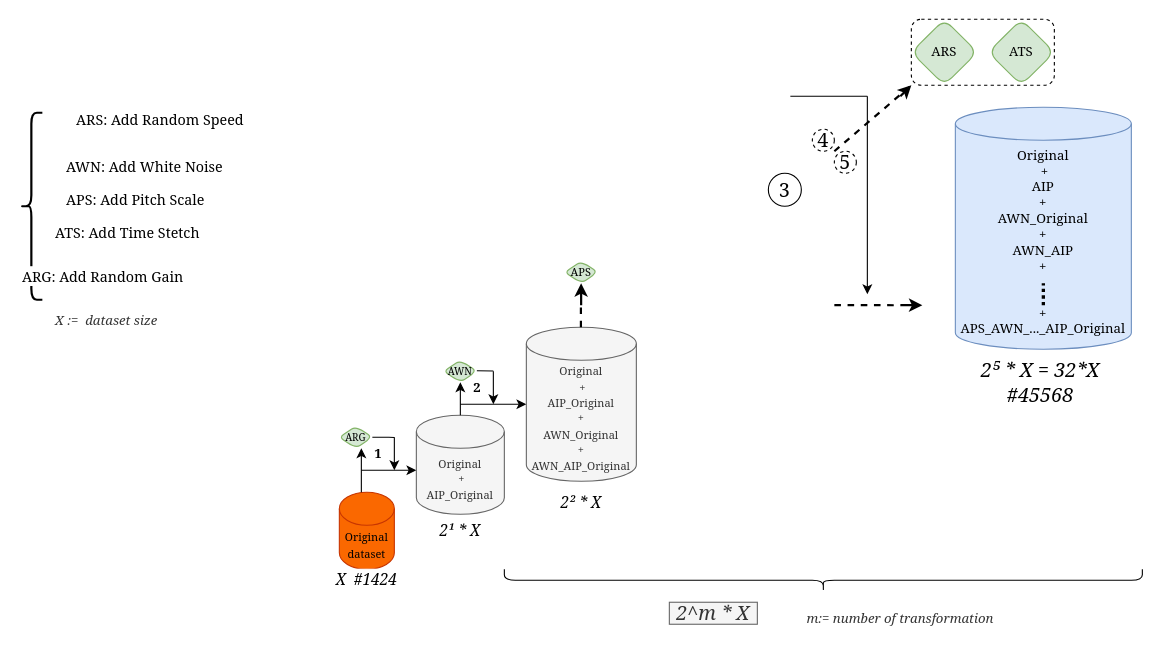
Earlier version of the draw.io diagram page "Process2-Incremental" (2 of 7) of Diagramme sans nom.drawio (papasega/DeepLearning_Shared_PSW). Source tidied: cells renumbered, new cells numbered last; positions are measured from the earlier drawing's top-left corner, leaving out a move shared by most shapes. Both pictures are drawn from the tidied source at 110%, with x=0, y=0 at pixel (20, 19).
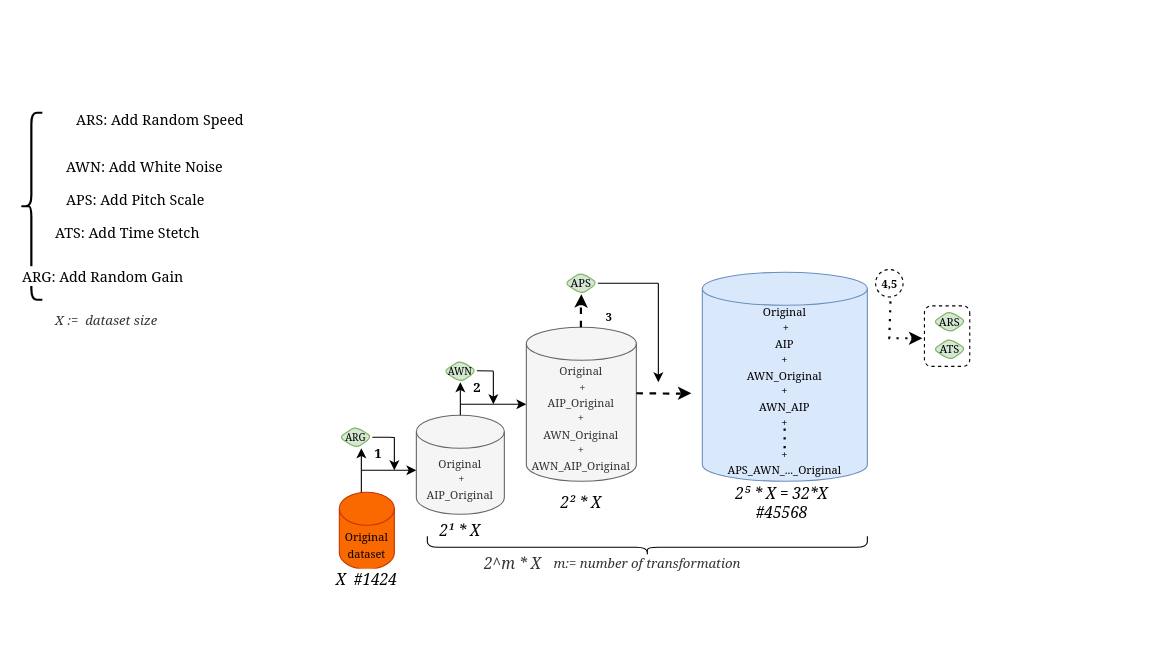
The same page after the edit.

Commit message (it also covers changes not shown here):
Mettre à jour Diagramme sans nom.drawio

The edit, as a diff of the source:
```diff
@@
     <mxCell id="18" style="endArrow=none;dashed=1;html=1;rounded=0;strokeWidth=2;fontFamily=Georgia;fontSize=14;" parent="1" edge="1">
       <mxGeometry relative="1" as="geometry">
-        <mxPoint x="740" y="259.8" as="sourcePoint" />
-        <mxPoint x="800" y="260" as="targetPoint" />
+        <mxPoint x="560" y="340" as="sourcePoint" />
+        <mxPoint x="600" y="340.4" as="targetPoint" />
       </mxGeometry>
     </mxCell>
@@
     <mxCell id="20" style="endArrow=classic;html=1;rounded=0;strokeWidth=2;fontFamily=Georgia;fontSize=14;" parent="1" edge="1">
       <mxGeometry x="-1" relative="1" as="geometry">
         <mxPoint x="509.8" y="260" as="sourcePoint" />
-        <mxPoint x="509.8" y="240" as="targetPoint" />
+        <mxPoint x="510" y="250" as="targetPoint" />
       </mxGeometry>
     </mxCell>
     <mxCell id="21" value="&lt;span style=&quot;font-family: Georgia;&quot;&gt;&lt;font style=&quot;font-size: 10px;&quot;&gt;APS&lt;/font&gt;&lt;/span&gt;" style="rhombus;whiteSpace=wrap;html=1;fillColor=#d5e8d4;strokeColor=#82b366;rounded=1;" parent="1" vertex="1">
-      <mxGeometry x="495" y="220" width="30" height="20" as="geometry" />
+      <mxGeometry x="495" y="230" width="30" height="20" as="geometry" />
     </mxCell>
-    <mxCell id="22" style="endArrow=none;html=1;rounded=0;strokeWidth=1;fontFamily=Georgia;fontSize=14;" parent="1" edge="1">
+    <mxCell id="22" style="endArrow=none;html=1;rounded=0;strokeWidth=1;fontFamily=Georgia;fontSize=14;exitX=1;exitY=0.5;exitDx=0;exitDy=0;" parent="1" edge="1" source="21">
       <mxGeometry relative="1" as="geometry">
-        <mxPoint x="700" y="70" as="sourcePoint" />
-        <mxPoint x="770" y="70" as="targetPoint" />
+        <mxPoint x="580" y="240" as="targetPoint" />
       </mxGeometry>
     </mxCell>
     <mxCell id="23" style="endArrow=classic;html=1;rounded=0;strokeWidth=1;fontFamily=Georgia;fontSize=14;" parent="1" edge="1">
       <mxGeometry relative="1" as="geometry">
-        <mxPoint x="770" y="70" as="sourcePoint" />
-        <mxPoint x="770" y="250" as="targetPoint" />
+        <mxPoint x="580" y="240" as="sourcePoint" />
+        <mxPoint x="580" y="330" as="targetPoint" />
       </mxGeometry>
     </mxCell>
     <mxCell id="24" style="endArrow=classic;html=1;rounded=0;strokeWidth=2;fontFamily=Georgia;fontSize=14;" parent="1" edge="1">
       <mxGeometry relative="1" as="geometry">
-        <mxPoint x="800" y="259.9" as="sourcePoint" />
-        <mxPoint x="820" y="260" as="targetPoint" />
+        <mxPoint x="600" y="340" as="sourcePoint" />
+        <mxPoint x="610" y="340" as="targetPoint" />
       </mxGeometry>
     </mxCell>
-    <mxCell id="25" value="&lt;font face=&quot;Georgia&quot;&gt;Original&lt;br&gt;&amp;nbsp;+ &lt;br&gt;AIP&lt;br&gt;+&lt;br&gt;AWN_Original&lt;br&gt;+&lt;br&gt;AWN_AIP&lt;br&gt;+&lt;br&gt;&lt;br&gt;&lt;br&gt;+&lt;br&gt;APS_AWN_..._AIP_Original&lt;br&gt;&lt;/font&gt;" style="shape=cylinder3;whiteSpace=wrap;html=1;boundedLbl=1;backgroundOutline=1;size=15;fillColor=#dae8fc;strokeColor=#6c8ebf;" parent="1" vertex="1">
-      <mxGeometry x="850" y="80" width="160" height="220" as="geometry" />
+    <mxCell id="25" value="&lt;font face=&quot;Georgia&quot;&gt;&lt;font style=&quot;font-size: 10px;&quot;&gt;Original&lt;br&gt;&amp;nbsp;+ &lt;br&gt;AIP&lt;br&gt;+&lt;br&gt;AWN_Original&lt;br&gt;+&lt;br&gt;AWN_AIP&lt;br&gt;+&lt;br&gt;&lt;br&gt;+&lt;br&gt;APS_AWN_..._Original&lt;/font&gt;&lt;br&gt;&lt;/font&gt;" style="shape=cylinder3;whiteSpace=wrap;html=1;boundedLbl=1;backgroundOutline=1;size=15;fillColor=#dae8fc;strokeColor=#6c8ebf;" parent="1" vertex="1">
+      <mxGeometry x="620" y="230" width="150" height="190" as="geometry" />
     </mxCell>
-    <mxCell id="26" value="&lt;i&gt;&lt;font style=&quot;font-size: 18px;&quot; face=&quot;Georgia&quot;&gt;2⁵ * X = 32*X&lt;br&gt;#45568&lt;br&gt;&lt;/font&gt;&lt;/i&gt;" style="rounded=0;whiteSpace=wrap;html=1;strokeColor=#FFFFFF;" parent="1" vertex="1">
-      <mxGeometry x="855" y="320" width="145" height="20" as="geometry" />
+    <mxCell id="26" value="&lt;i&gt;&lt;font style=&quot;&quot; face=&quot;Georgia&quot;&gt;&lt;font style=&quot;font-size: 14px;&quot;&gt;2⁵ * X = 32*X&lt;br&gt;#45568&lt;/font&gt;&lt;br&gt;&lt;/font&gt;&lt;/i&gt;" style="rounded=0;whiteSpace=wrap;html=1;strokeColor=#FFFFFF;" parent="1" vertex="1">
+      <mxGeometry x="620" y="430" width="145" height="20" as="geometry" />
     </mxCell>
-    <mxCell id="27" style="endArrow=none;dashed=1;html=1;rounded=0;strokeWidth=2;fontFamily=Georgia;fontSize=18;" parent="1" edge="1">
-      <mxGeometry relative="1" as="geometry">
-        <mxPoint x="740" y="120" as="sourcePoint" />
-        <mxPoint x="810" y="60" as="targetPoint" />
-      </mxGeometry>
-    </mxCell>
     <mxCell id="28" style="endArrow=classic;html=1;rounded=0;strokeWidth=2;fontFamily=Georgia;fontSize=14;" parent="1" edge="1">
       <mxGeometry relative="1" as="geometry">
-        <mxPoint x="800" y="70" as="sourcePoint" />
-        <mxPoint x="810" y="60" as="targetPoint" />
+        <mxPoint x="810" y="290" as="sourcePoint" />
+        <mxPoint x="820" y="290" as="targetPoint" />
       </mxGeometry>
     </mxCell>
-    <mxCell id="29" value="&lt;span style=&quot;font-family: Georgia;&quot;&gt;ARS&lt;/span&gt;" style="rhombus;whiteSpace=wrap;html=1;fillColor=#d5e8d4;strokeColor=#82b366;rounded=1;" parent="1" vertex="1">
-      <mxGeometry x="810" width="60" height="60" as="geometry" />
+    <mxCell id="29" value="&lt;span style=&quot;font-family: Georgia;&quot;&gt;&lt;font style=&quot;font-size: 10px;&quot;&gt;ARS&lt;/font&gt;&lt;/span&gt;" style="rhombus;whiteSpace=wrap;html=1;fillColor=#d5e8d4;strokeColor=#82b366;rounded=1;" parent="1" vertex="1">
+      <mxGeometry x="830" y="265" width="30" height="20" as="geometry" />
     </mxCell>
-    <mxCell id="30" style="rounded=1;whiteSpace=wrap;html=1;dashed=1;fontFamily=Georgia;fontSize=18;fillColor=none;" parent="1" vertex="1">
-      <mxGeometry x="810" width="130" height="60" as="geometry" />
+    <mxCell id="30" style="rounded=1;whiteSpace=wrap;html=1;dashed=1;fontFamily=Georgia;fontSize=18;fillColor=none;rotation=90;" parent="1" vertex="1">
+      <mxGeometry x="815" y="267.5" width="55" height="41.2" as="geometry" />
     </mxCell>
-    <mxCell id="31" value="&lt;span style=&quot;font-family: Georgia;&quot;&gt;ATS&lt;/span&gt;" style="rhombus;whiteSpace=wrap;html=1;fillColor=#d5e8d4;strokeColor=#82b366;rounded=1;" parent="1" vertex="1">
-      <mxGeometry x="880" width="60" height="60" as="geometry" />
+    <mxCell id="31" value="&lt;span style=&quot;font-family: Georgia;&quot;&gt;&lt;font style=&quot;font-size: 10px;&quot;&gt;ATS&lt;/font&gt;&lt;/span&gt;" style="rhombus;whiteSpace=wrap;html=1;fillColor=#d5e8d4;strokeColor=#82b366;rounded=1;" parent="1" vertex="1">
+      <mxGeometry x="830" y="290" width="30" height="20" as="geometry" />
     </mxCell>
-    <mxCell id="32" value="3" style="ellipse;whiteSpace=wrap;html=1;strokeColor=#000000;fontFamily=Georgia;fontSize=18;fillColor=#FFFFFF;gradientColor=none;strokeWidth=1;" parent="1" vertex="1">
-      <mxGeometry x="680" y="140" width="30" height="30" as="geometry" />
-    </mxCell>
-    <mxCell id="33" value="4" style="ellipse;whiteSpace=wrap;html=1;strokeColor=#000000;fontFamily=Georgia;fontSize=18;fillColor=#FFFFFF;gradientColor=none;strokeWidth=1;dashed=1;" parent="1" vertex="1">
-      <mxGeometry x="720" y="100" width="20" height="20" as="geometry" />
-    </mxCell>
-    <mxCell id="34" value="5" style="ellipse;whiteSpace=wrap;html=1;strokeColor=#000000;fontFamily=Georgia;fontSize=18;fillColor=#FFFFFF;gradientColor=none;strokeWidth=1;dashed=1;" parent="1" vertex="1">
-      <mxGeometry x="740" y="120" width="20" height="20" as="geometry" />
-    </mxCell>
@@
     <mxCell id="42" style="shape=curlyBracket;whiteSpace=wrap;html=1;rounded=1;strokeColor=#000000;strokeWidth=1;fontFamily=Georgia;fontSize=13;fillColor=#FFFFFF;gradientColor=none;rotation=-90;size=0.5;" parent="1" vertex="1">
-      <mxGeometry x="720" y="220" width="20" height="580" as="geometry" />
+      <mxGeometry x="560" y="280" width="20" height="400" as="geometry" />
     </mxCell>
-    <mxCell id="43" value="&lt;i&gt;&lt;font style=&quot;font-size: 18px;&quot; face=&quot;Georgia&quot;&gt;2^m * X&lt;/font&gt;&lt;/i&gt;" style="rounded=0;whiteSpace=wrap;html=1;strokeColor=#666666;fillColor=#f5f5f5;fontColor=#333333;" parent="1" vertex="1">
-      <mxGeometry x="590" y="530" width="80" height="20" as="geometry" />
-    </mxCell>
-    <mxCell id="44" style="endArrow=none;dashed=1;html=1;rounded=0;strokeWidth=3;dashPattern=1 1;" parent="1" edge="1">
-      <mxGeometry relative="1" as="geometry">
-        <mxPoint x="930" y="260" as="sourcePoint" />
-        <mxPoint x="930" y="240" as="targetPoint" />
-        <Array as="points">
-          <mxPoint x="930" y="240" />
-        </Array>
-      </mxGeometry>
-    </mxCell>
     <mxCell id="45" value="&lt;i style=&quot;border-color: var(--border-color); color: rgb(51, 51, 51); font-variant-ligatures: normal; font-variant-caps: normal; font-weight: 400; letter-spacing: normal; orphans: 2; text-align: center; text-indent: 0px; text-transform: none; widows: 2; word-spacing: 0px; -webkit-text-stroke-width: 0px; background-color: rgb(255, 255, 255); text-decoration-thickness: initial; text-decoration-style: initial; text-decoration-color: initial; font-size: 13px; font-family: Helvetica;&quot;&gt;&lt;font style=&quot;border-color: var(--border-color); font-size: 12px;&quot; face=&quot;Georgia&quot;&gt;&amp;nbsp;m:= number of transformation&lt;/font&gt;&lt;/i&gt;" style="text;whiteSpace=wrap;html=1;" parent="1" vertex="1">
-      <mxGeometry x="710" y="530" width="200" height="40" as="geometry" />
+      <mxGeometry x="480" y="480" width="200" height="40" as="geometry" />
     </mxCell>
@@
+    <mxCell id="32" value="&lt;b&gt;3&lt;/b&gt;" style="text;html=1;align=center;verticalAlign=middle;strokeColor=none;fillColor=none;fontSize=10;fontFamily=Georgia;" parent="1" vertex="1">
+      <mxGeometry x="520" y="255" width="30" height="30" as="geometry" />
+    </mxCell>
+    <mxCell id="48" value="&lt;b&gt;4,5&lt;/b&gt;" style="text;html=1;align=center;verticalAlign=middle;points=[];strokeColor=none;fillColor=none;fontSize=10;fontFamily=Georgia;" parent="1" vertex="1">
+      <mxGeometry x="770" y="225" width="40" height="30" as="geometry" />
+    </mxCell>
+    <mxCell id="49" style="endArrow=none;dashed=1;html=1;dashPattern=1 3;strokeWidth=2;rounded=0;fontFamily=Georgia;fontSize=10;" parent="1" edge="1">
+      <mxGeometry relative="1" as="geometry">
+        <mxPoint x="694.8" y="390" as="sourcePoint" />
+        <mxPoint x="694.8" y="370" as="targetPoint" />
+      </mxGeometry>
+    </mxCell>
+    <mxCell id="50" style="endArrow=none;dashed=1;html=1;dashPattern=1 3;strokeWidth=2;rounded=0;fontFamily=Georgia;fontSize=10;exitX=0.525;exitY=1.05;exitDx=0;exitDy=0;exitPerimeter=0;" parent="1" edge="1" source="48">
+      <mxGeometry relative="1" as="geometry">
+        <mxPoint x="810" y="290" as="targetPoint" />
+        <Array as="points">
+          <mxPoint x="790" y="290" />
+        </Array>
+      </mxGeometry>
+    </mxCell>
+    <mxCell id="51" style="ellipse;whiteSpace=wrap;html=1;fontFamily=Georgia;fontSize=14;fillColor=none;dashed=1;" parent="1" vertex="1">
+      <mxGeometry x="777.5" y="227.5" width="25" height="25" as="geometry" />
+    </mxCell>
+    <mxCell id="43" value="&lt;i style=&quot;border-color: var(--border-color); color: rgb(51, 51, 51); font-family: Helvetica; font-size: 12px; font-variant-ligatures: normal; font-variant-caps: normal; font-weight: 400; letter-spacing: normal; orphans: 2; text-align: center; text-indent: 0px; text-transform: none; widows: 2; word-spacing: 0px; -webkit-text-stroke-width: 0px; background-color: rgb(255, 255, 255); text-decoration-thickness: initial; text-decoration-style: initial; text-decoration-color: initial;&quot;&gt;&lt;font style=&quot;border-color: var(--border-color); font-size: 14px;&quot; face=&quot;Georgia&quot;&gt;2^m * X&lt;/font&gt;&lt;/i&gt;" style="text;whiteSpace=wrap;html=1;fontSize=14;fontFamily=Georgia;" parent="1" vertex="1">
+      <mxGeometry x="420" y="480" width="90" height="40" as="geometry" />
+    </mxCell>
```
